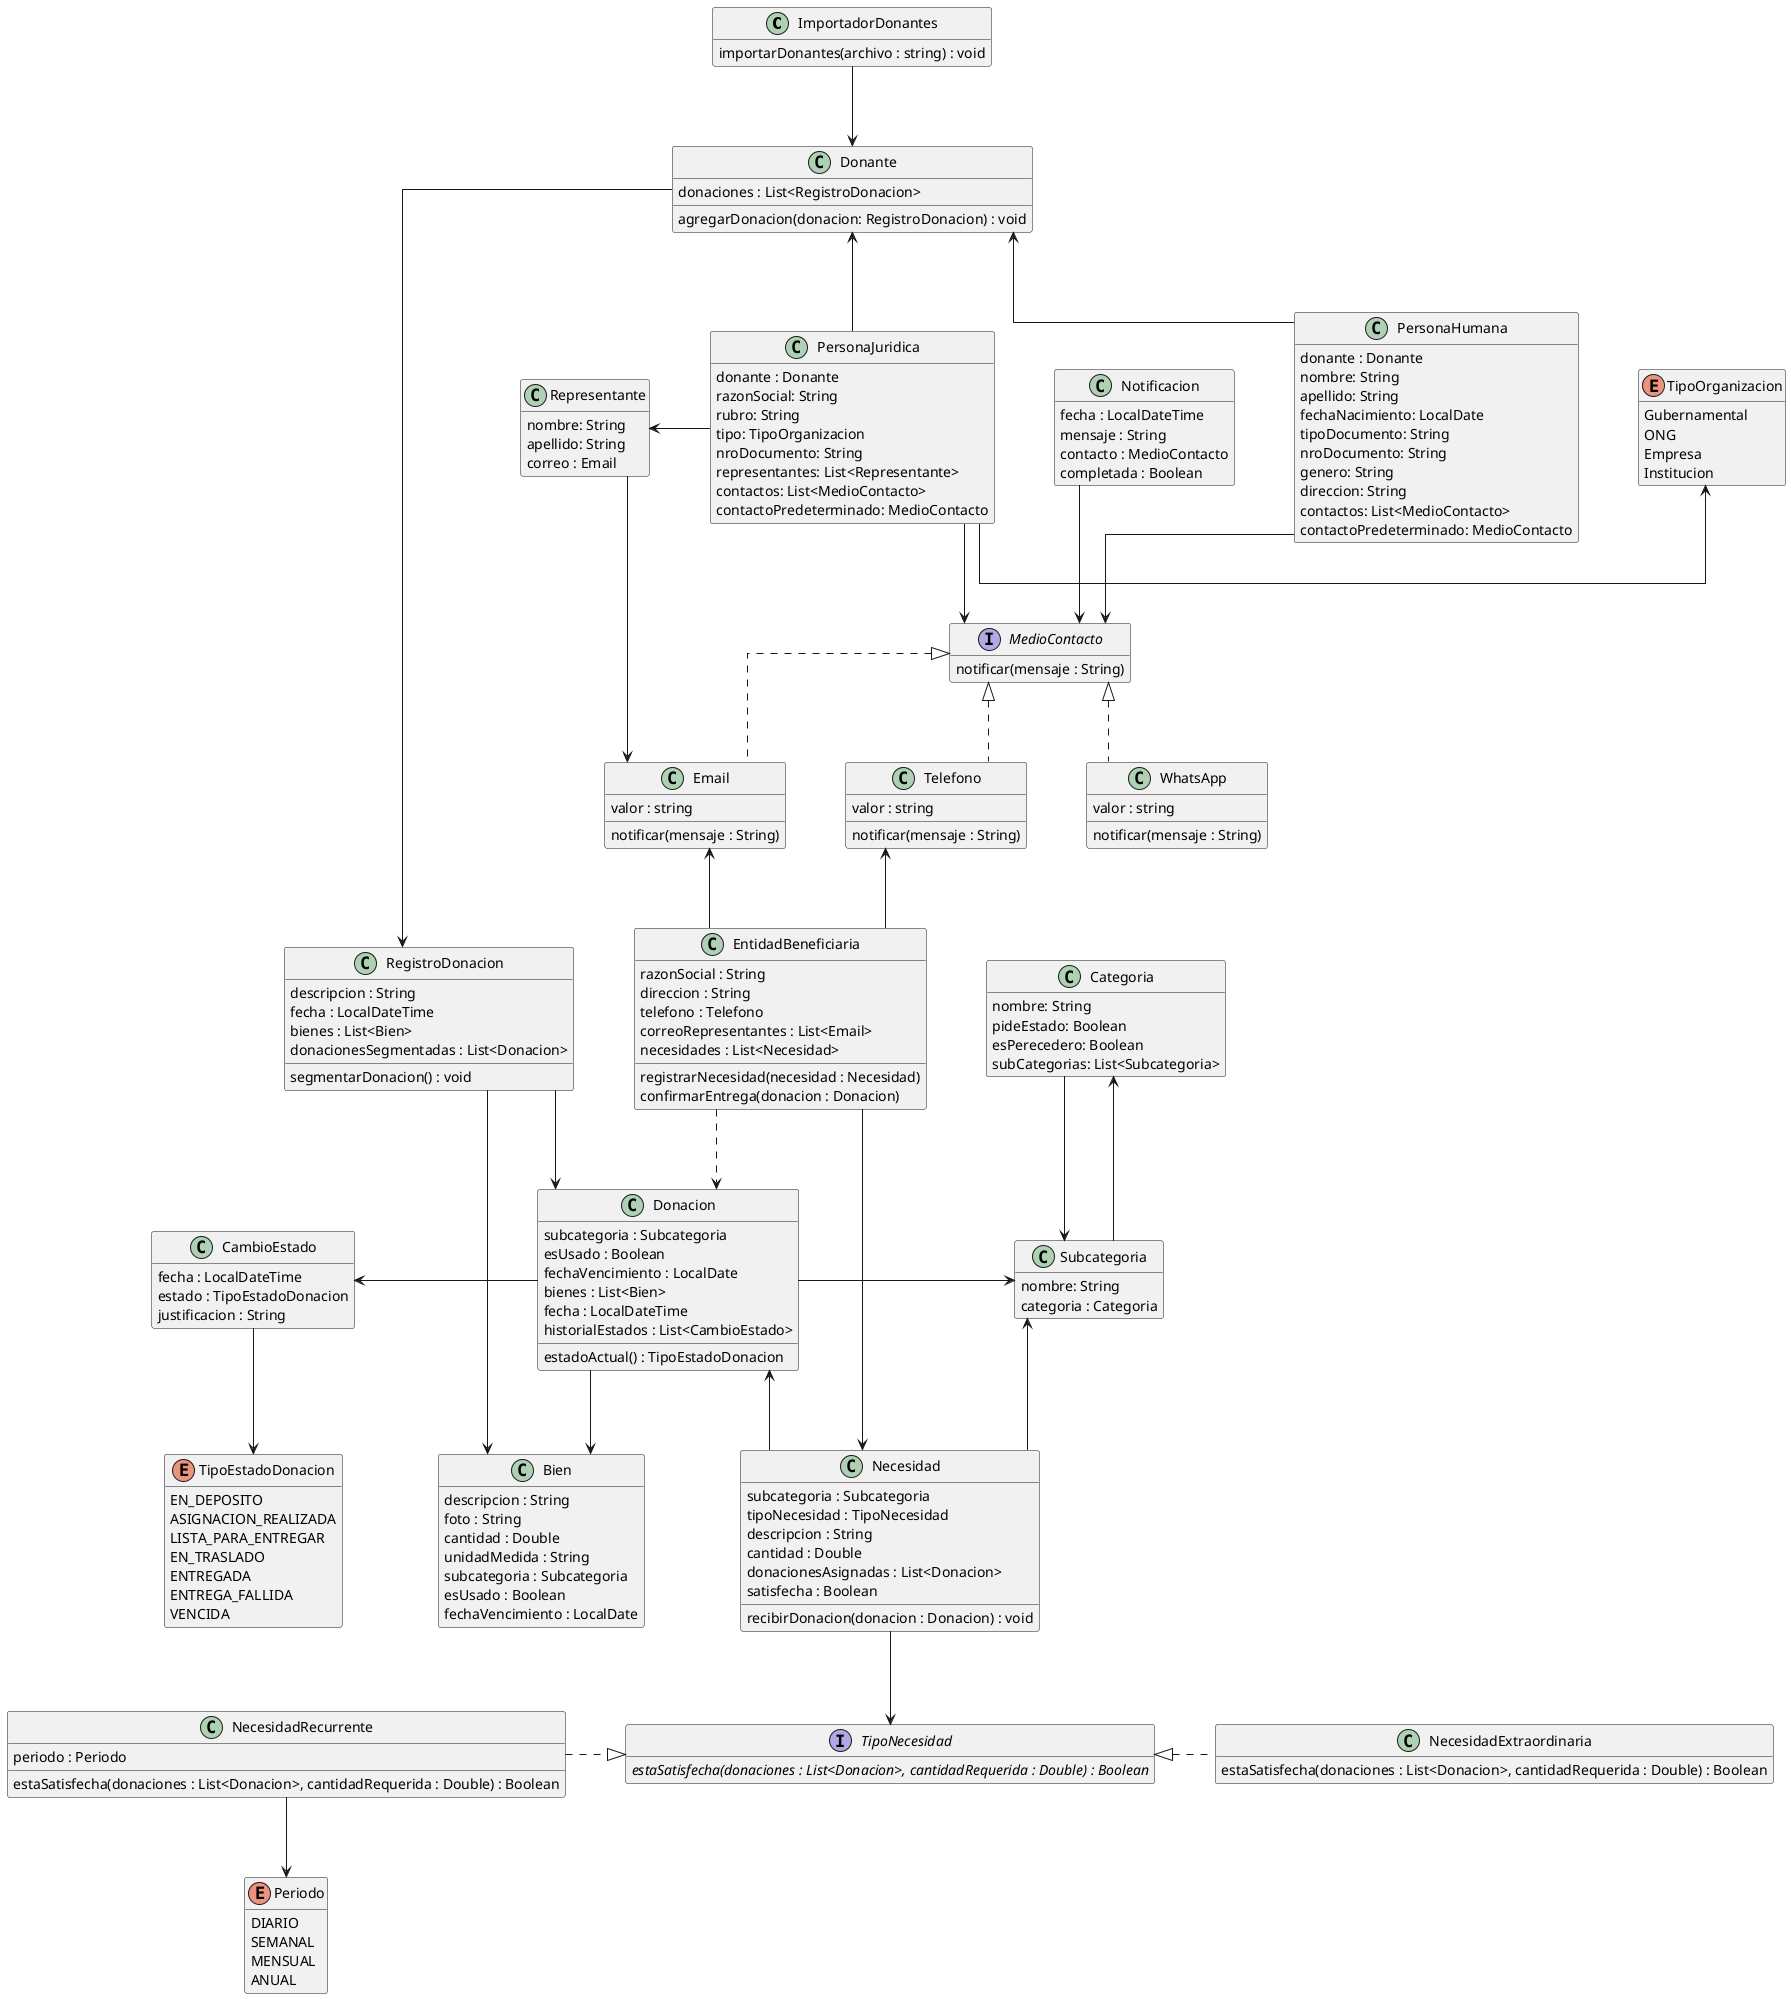
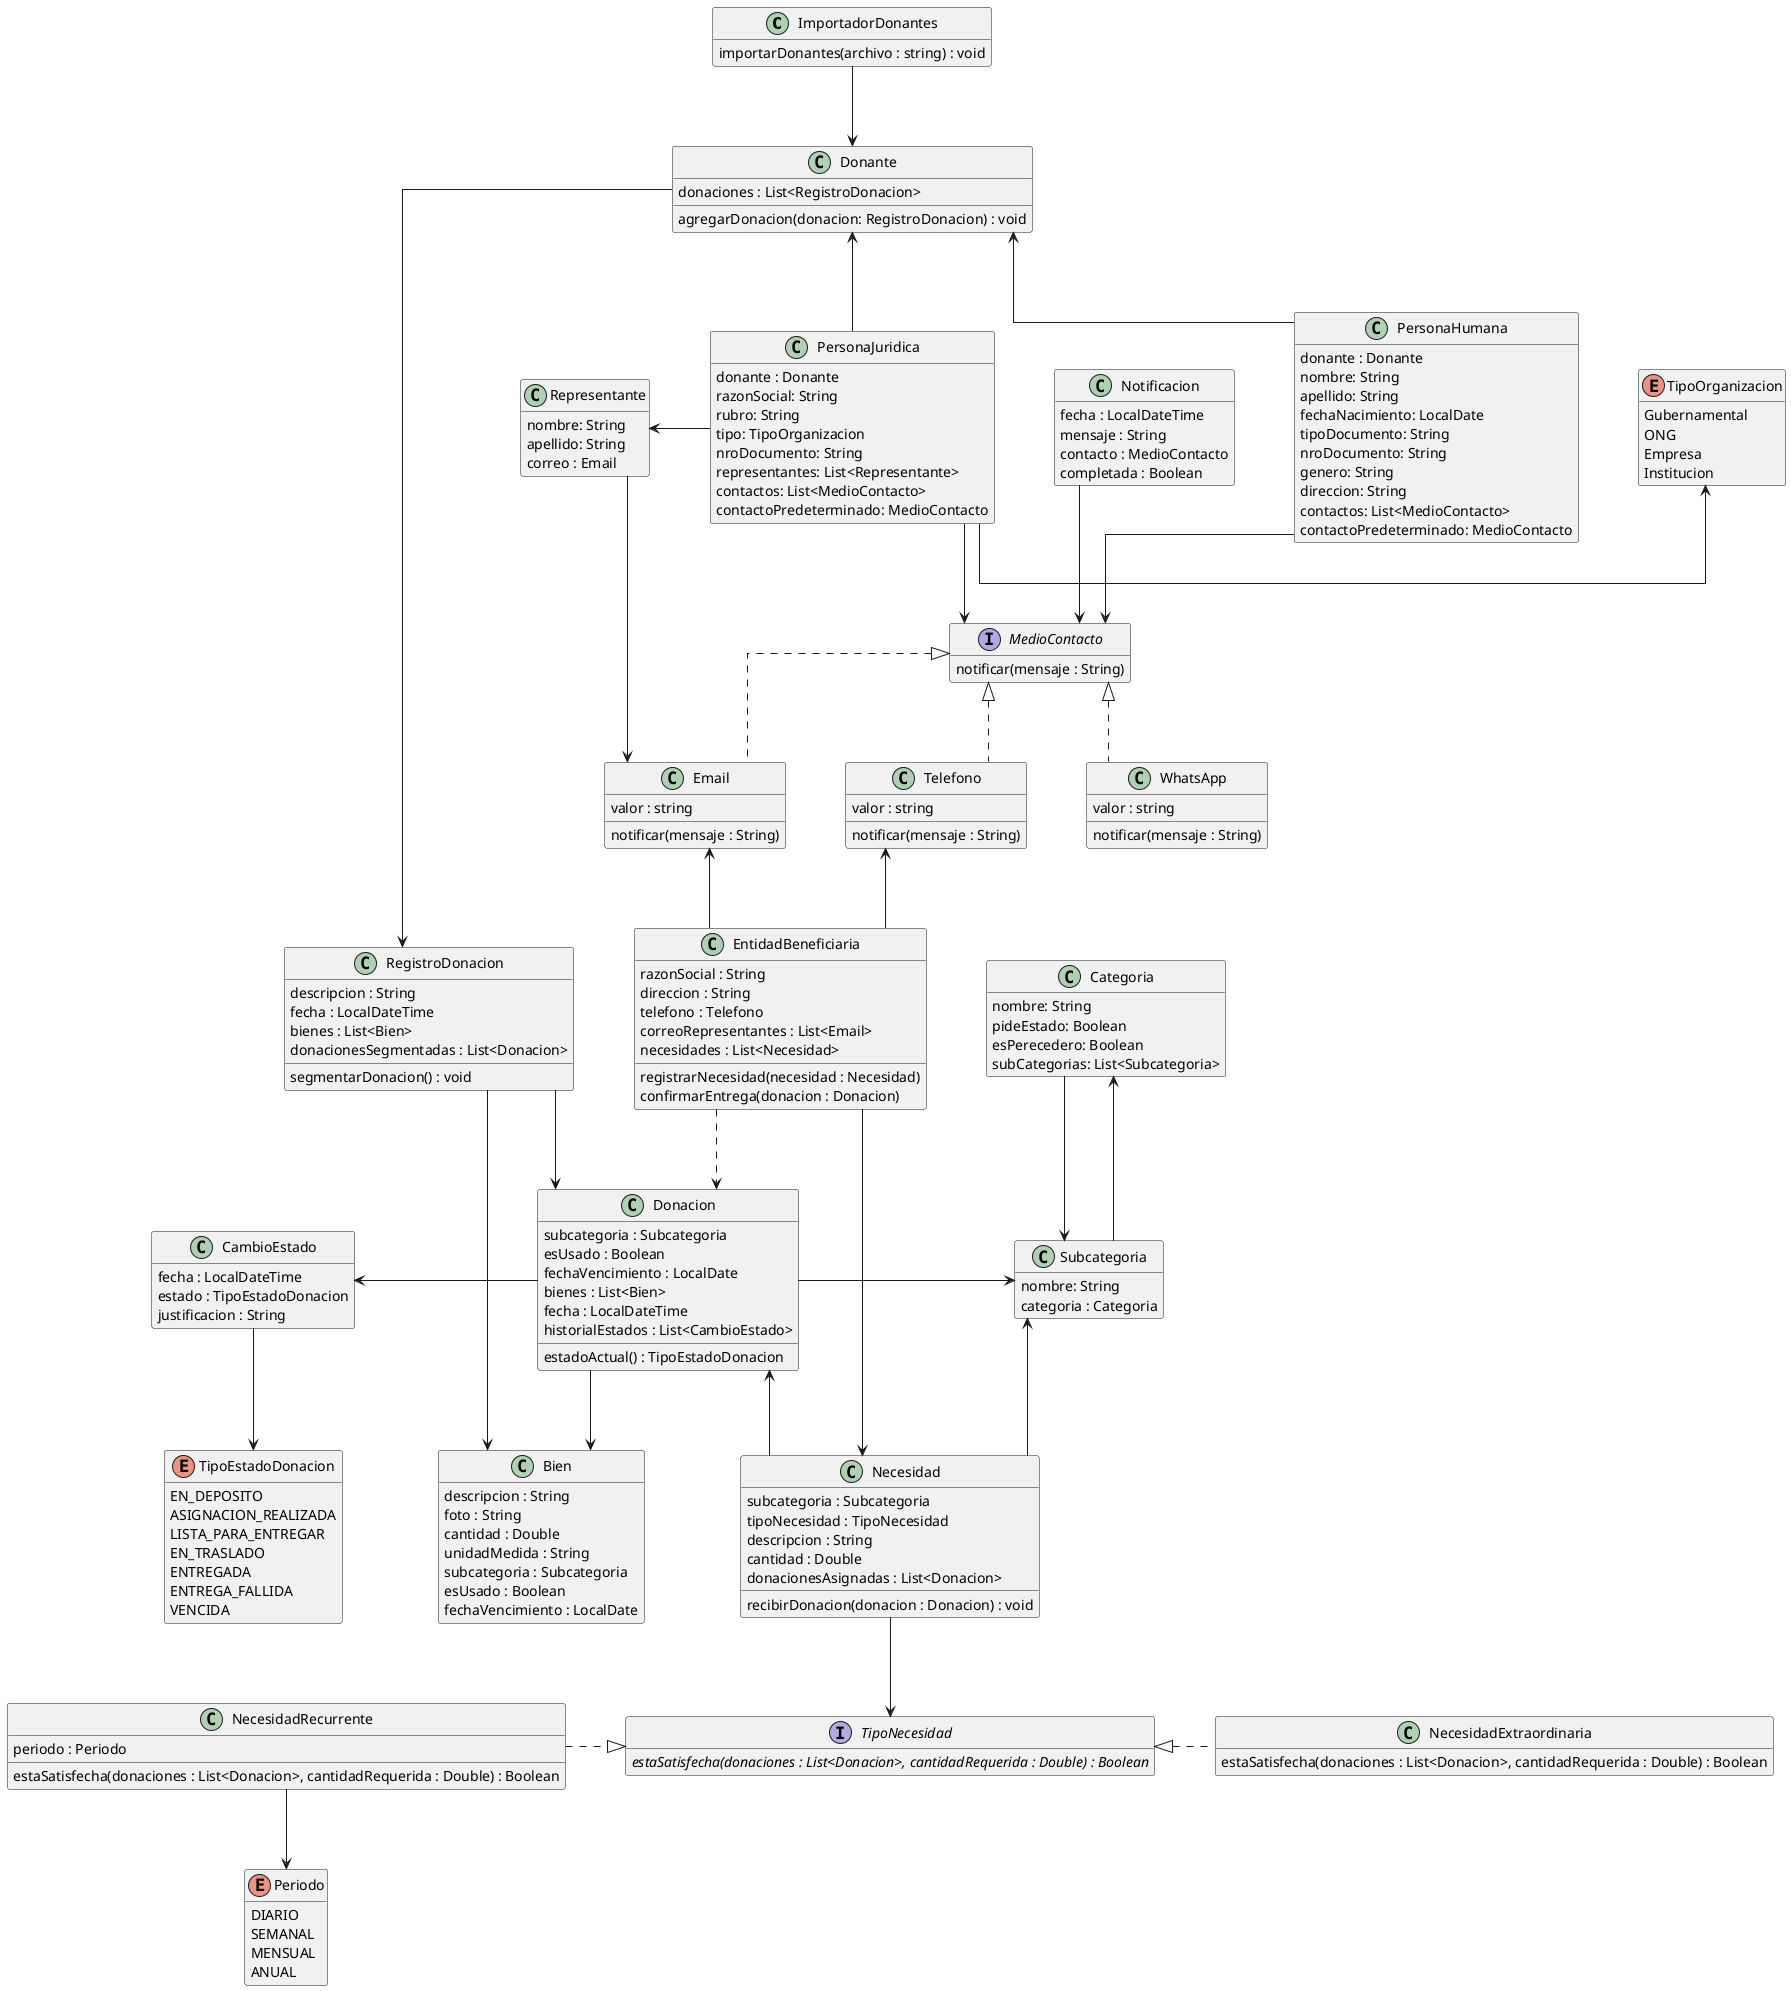
@startuml DonaTrack
skinparam classAttributeIconSize 0
skinparam linetype ortho
skinparam nodesep 60
skinparam ranksep 80
hide empty members

class ImportadorDonantes {
  importarDonantes(archivo : string) : void
}

class Donante {
  donaciones : List<RegistroDonacion>
  agregarDonacion(donacion: RegistroDonacion) : void
}

class PersonaHumana {
  donante : Donante
  nombre: String
  apellido: String
  fechaNacimiento: LocalDate
  tipoDocumento: String
  nroDocumento: String
  genero: String
  direccion: String
  contactos: List<MedioContacto>
  contactoPredeterminado: MedioContacto
}

class PersonaJuridica {
  donante : Donante
  razonSocial: String
  rubro: String
  tipo: TipoOrganizacion
  nroDocumento: String
  representantes: List<Representante>
  contactos: List<MedioContacto>
  contactoPredeterminado: MedioContacto
}

class Representante {
  nombre: String
  apellido: String
  correo : Email
}

enum TipoOrganizacion {
  Gubernamental
  ONG
  Empresa
  Institucion
}

interface MedioContacto {
  notificar(mensaje : String)
}

class Email {
  valor : string
  notificar(mensaje : String)
}

class Telefono {
  valor : string
  notificar(mensaje : String)
}

class WhatsApp {
  valor : string
  notificar(mensaje : String)
}

class RegistroDonacion {
  descripcion : String
  fecha : LocalDateTime
  bienes : List<Bien>
  donacionesSegmentadas : List<Donacion>
  segmentarDonacion() : void
}

class Donacion {
  subcategoria : Subcategoria
  esUsado : Boolean
  fechaVencimiento : LocalDate
  bienes : List<Bien>
  fecha : LocalDateTime
  historialEstados : List<CambioEstado>
  estadoActual() : TipoEstadoDonacion
}

class CambioEstado {
  fecha : LocalDateTime
  estado : TipoEstadoDonacion
  justificacion : String
}

enum TipoEstadoDonacion {
  EN_DEPOSITO
  ASIGNACION_REALIZADA
  LISTA_PARA_ENTREGAR
  EN_TRASLADO
  ENTREGADA
  ENTREGA_FALLIDA
  VENCIDA
}

class Categoria {
  nombre: String
  pideEstado: Boolean
  esPerecedero: Boolean
  subCategorias: List<Subcategoria>
}

class Subcategoria {
  nombre: String
  categoria : Categoria
}

class Bien {
  descripcion : String
  foto : String
  cantidad : Double
  unidadMedida : String
  subcategoria : Subcategoria
  esUsado : Boolean
  fechaVencimiento : LocalDate
}

class EntidadBeneficiaria {
  razonSocial : String
  direccion : String
  telefono : Telefono
  correoRepresentantes : List<Email>
  necesidades : List<Necesidad>
  registrarNecesidad(necesidad : Necesidad)
  confirmarEntrega(donacion : Donacion)
}

class Necesidad {
  subcategoria : Subcategoria
  tipoNecesidad : TipoNecesidad
  descripcion : String
  cantidad : Double
  donacionesAsignadas : List<Donacion>
-   satisfecha : Boolean
  recibirDonacion(donacion : Donacion) : void
}

interface TipoNecesidad {
  {abstract} estaSatisfecha(donaciones : List<Donacion>, cantidadRequerida : Double) : Boolean
}

class NecesidadExtraordinaria {
  estaSatisfecha(donaciones : List<Donacion>, cantidadRequerida : Double) : Boolean
}

class NecesidadRecurrente {
  periodo : Periodo
  estaSatisfecha(donaciones : List<Donacion>, cantidadRequerida : Double) : Boolean
}

enum Periodo {
  DIARIO
  SEMANAL
  MENSUAL
  ANUAL
}

class Notificacion {
  fecha : LocalDateTime
  mensaje : String
  contacto : MedioContacto
  completada : Boolean
}

' --- RELACIONES ---

ImportadorDonantes -down-> Donante

MedioContacto <|.. Email
MedioContacto <|.. Telefono
MedioContacto <|.. WhatsApp
Notificacion --> MedioContacto

PersonaHumana -up-> Donante
PersonaJuridica -up-> Donante
PersonaJuridica -left-> Representante
PersonaJuridica -right-> TipoOrganizacion

PersonaHumana -down-> MedioContacto
PersonaJuridica -down-> MedioContacto
Representante --> Email
EntidadBeneficiaria -up-> Telefono
EntidadBeneficiaria -up-> Email
EntidadBeneficiaria .down.> Donacion

Donante -down-> RegistroDonacion
RegistroDonacion -down-> Donacion
RegistroDonacion --> Bien
Donacion -right-> Subcategoria
Donacion -down-> Bien
Categoria -down-> Subcategoria
Subcategoria -up-> Categoria

Donacion -left-> CambioEstado
CambioEstado -down-> TipoEstadoDonacion

EntidadBeneficiaria -down-> Necesidad
Necesidad -left-> Subcategoria
Necesidad -up-> Donacion

Necesidad --> TipoNecesidad
NecesidadExtraordinaria .left.|> TipoNecesidad
NecesidadRecurrente .right.|> TipoNecesidad
NecesidadRecurrente --> Periodo

@enduml
